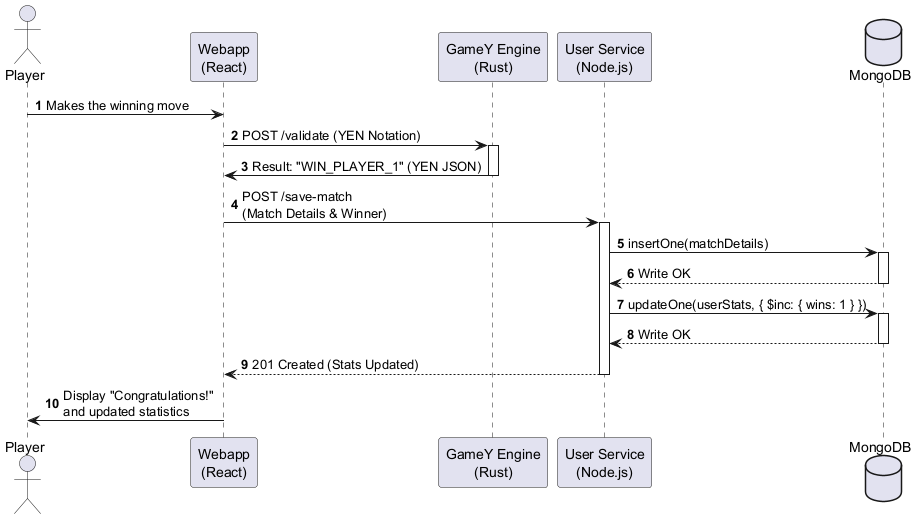
Before: images/match-conclusion.png, a diagram exported from PlantUML (Arquisoft/yovi_en1a).
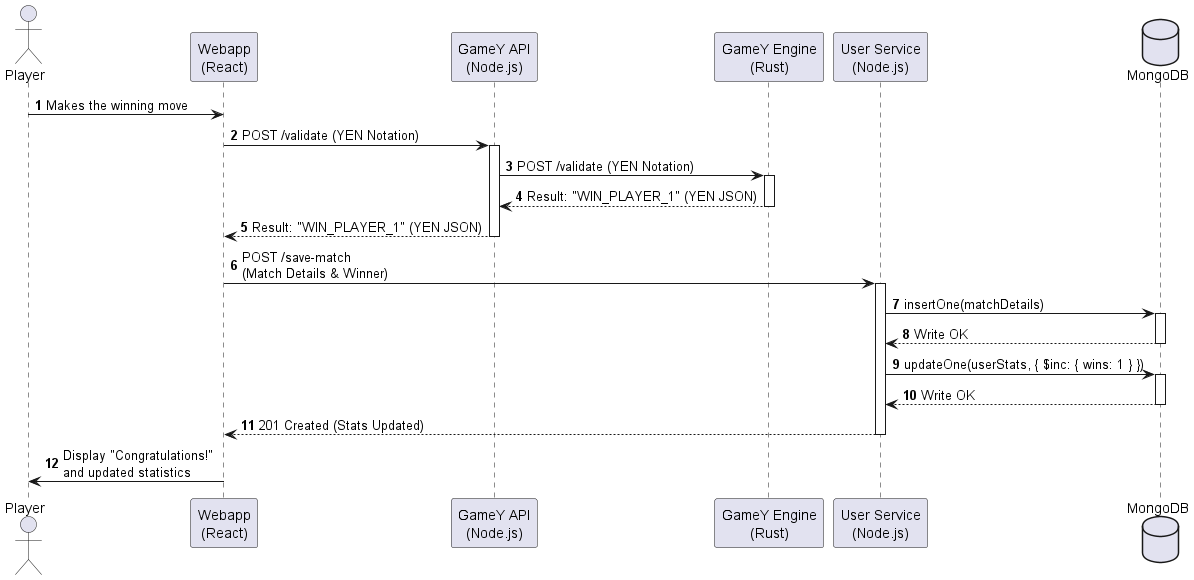
After the change.

The edit, as a diff of the source:
```diff
@@ -2,15 +2,20 @@
 autonumber
 actor "Player" as User
 participant "Webapp\n(React)" as UI
+participant "GameY API\n(Node.js)" as API
 participant "GameY Engine\n(Rust)" as Rust
 participant "User Service\n(Node.js)" as Node
 database "MongoDB" as DB
 
 User -> UI : Makes the winning move
-UI -> Rust : POST /validate (YEN Notation)
+UI -> API : POST /validate (YEN Notation)
+activate API
+API -> Rust : POST /validate (YEN Notation)
 activate Rust
-Rust -> UI : Result: "WIN_PLAYER_1" (YEN JSON)
+Rust --> API : Result: "WIN_PLAYER_1" (YEN JSON)
 deactivate Rust
+API --> UI : Result: "WIN_PLAYER_1" (YEN JSON)
+deactivate API
 
 UI -> Node : POST /save-match \n(Match Details & Winner)
 activate Node
```
